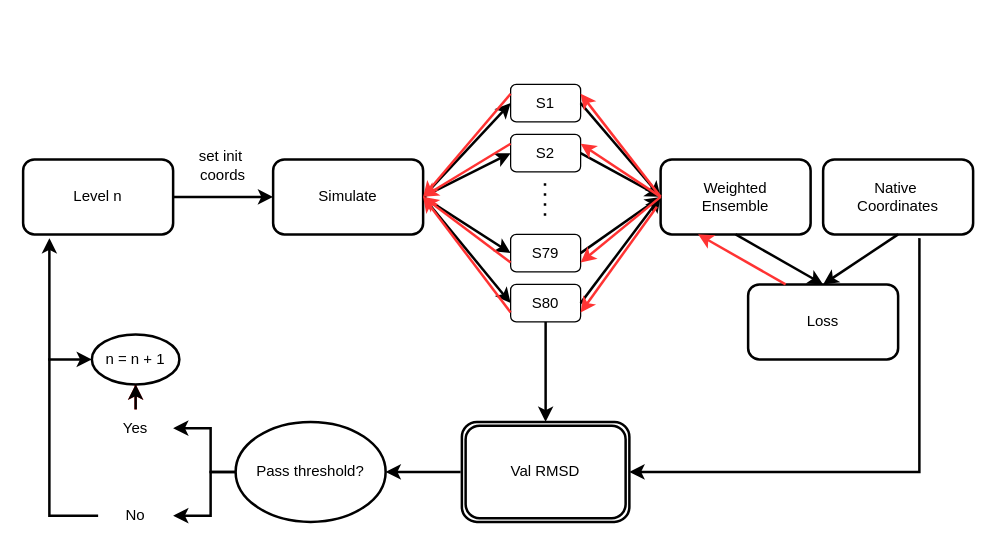
Before: Untitled Diagram.drawio in 11carlesnavarro/HealthTrack, a draw.io diagram. Source tidied: cells renumbered, new cells numbered last; positions are measured from the earlier drawing's top-left corner, leaving out a move shared by most shapes. Both pictures are drawn from the tidied source at 125%, with x=0, y=0 at pixel (22, 84).
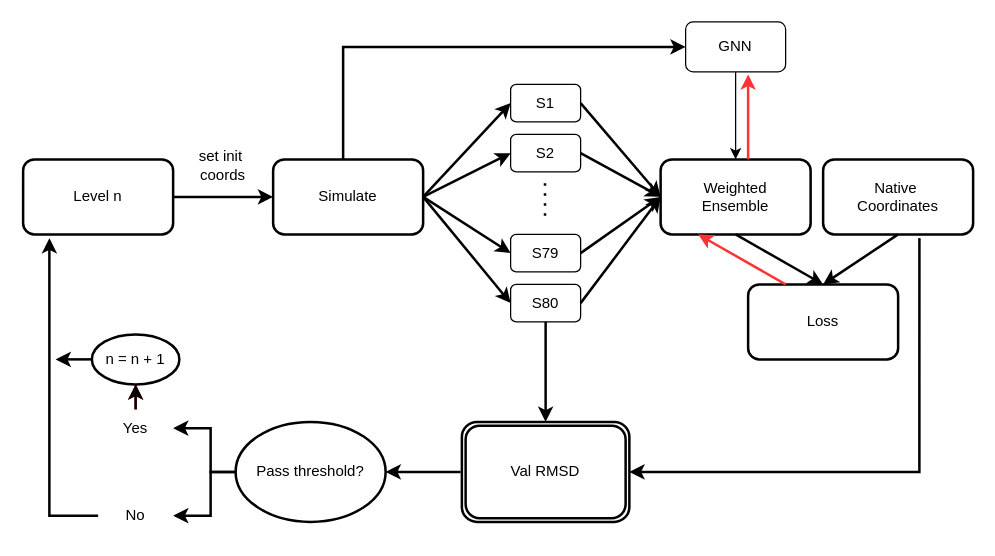
The same diagram, later.

Unchanged cells that the change refers to:
```xml
<mxCell id="4" value="Simulate" style="whiteSpace=wrap;html=1;rounded=1;strokeColor=default;strokeWidth=2;" parent="1" vertex="1">
  <mxGeometry x="200" y="60" width="120" height="60" as="geometry" />
</mxCell>
<mxCell id="6" value="S1" style="rounded=1;whiteSpace=wrap;html=1;" parent="1" vertex="1">
  <mxGeometry x="390" width="56" height="30" as="geometry" />
</mxCell>
<mxCell id="8" value="S2" style="rounded=1;whiteSpace=wrap;html=1;" parent="1" vertex="1">
  <mxGeometry x="390" y="40" width="56" height="30" as="geometry" />
</mxCell>
<mxCell id="10" value="S79" style="rounded=1;whiteSpace=wrap;html=1;" parent="1" vertex="1">
  <mxGeometry x="390" y="120" width="56" height="30" as="geometry" />
</mxCell>
<mxCell id="12" value="S80" style="rounded=1;whiteSpace=wrap;html=1;" parent="1" vertex="1">
  <mxGeometry x="390" y="160" width="56" height="30" as="geometry" />
</mxCell>
<mxCell id="14" value="Weighted&lt;br&gt;Ensemble" style="rounded=1;whiteSpace=wrap;html=1;strokeWidth=2;" parent="1" vertex="1">
  <mxGeometry x="510" y="60" width="120" height="60" as="geometry" />
</mxCell>
<mxCell id="19" value="Native&amp;nbsp;&lt;br&gt;Coordinates" style="rounded=1;whiteSpace=wrap;html=1;strokeWidth=2;" parent="1" vertex="1">
  <mxGeometry x="640" y="60" width="120" height="60" as="geometry" />
</mxCell>
<mxCell id="34" value="Val RMSD" style="shape=ext;double=1;rounded=1;whiteSpace=wrap;html=1;strokeWidth=2;" parent="1" vertex="1">
  <mxGeometry x="351" y="270" width="134" height="80" as="geometry" />
</mxCell>
<mxCell id="42" value="n = n + 1" style="ellipse;whiteSpace=wrap;html=1;rounded=1;strokeWidth=2;" parent="1" vertex="1">
  <mxGeometry x="55" y="200" width="70" height="40" as="geometry" />
</mxCell>
```

The edit, as a diff of the source:
```diff
@@
-    <mxCell id="24" style="endArrow=classic;html=1;exitX=-0.025;exitY=0.633;exitDx=0;exitDy=0;fillColor=#d80073;strokeColor=#FF3333;rounded=0;exitPerimeter=0;entryX=1;entryY=0.75;entryDx=0;entryDy=0;strokeWidth=2;" parent="1" edge="1" source="14" target="12">
-      <mxGeometry relative="1" as="geometry" />
-    </mxCell>
-    <mxCell id="25" style="endArrow=classic;html=1;fillColor=#d80073;strokeColor=#FF3333;rounded=0;entryX=1;entryY=0.75;entryDx=0;entryDy=0;exitX=0;exitY=0.5;exitDx=0;exitDy=0;strokeWidth=2;" parent="1" edge="1" source="14" target="10">
-      <mxGeometry relative="1" as="geometry" />
-    </mxCell>
-    <mxCell id="26" style="endArrow=classic;html=1;fillColor=#d80073;strokeColor=#FF3333;rounded=0;entryX=1;entryY=0.25;entryDx=0;entryDy=0;strokeWidth=2;" parent="1" edge="1" target="8">
-      <mxGeometry relative="1" as="geometry">
-        <mxPoint x="510" y="90" as="sourcePoint" />
-      </mxGeometry>
-    </mxCell>
-    <mxCell id="27" style="endArrow=classic;html=1;fillColor=#d80073;strokeColor=#FF3333;rounded=0;entryX=1;entryY=0.25;entryDx=0;entryDy=0;exitX=0;exitY=0.5;exitDx=0;exitDy=0;strokeWidth=2;" parent="1" edge="1" source="14" target="6">
-      <mxGeometry relative="1" as="geometry" />
-    </mxCell>
-    <mxCell id="28" style="endArrow=classic;html=1;fillColor=#d80073;strokeColor=#FF3333;rounded=0;entryX=1;entryY=0.5;entryDx=0;entryDy=0;exitX=0;exitY=0.25;exitDx=0;exitDy=0;strokeWidth=2;" parent="1" edge="1" source="6" target="4">
-      <mxGeometry relative="1" as="geometry" />
-    </mxCell>
-    <mxCell id="29" style="endArrow=classic;html=1;fillColor=#d80073;strokeColor=#FF3333;rounded=0;entryX=1;entryY=0.5;entryDx=0;entryDy=0;exitX=0;exitY=0.25;exitDx=0;exitDy=0;strokeWidth=2;" parent="1" edge="1" source="8" target="4">
-      <mxGeometry relative="1" as="geometry" />
-    </mxCell>
-    <mxCell id="30" style="endArrow=classic;html=1;fillColor=#d80073;strokeColor=#FF3333;rounded=0;exitX=0;exitY=0.75;exitDx=0;exitDy=0;entryX=1;entryY=0.5;entryDx=0;entryDy=0;strokeWidth=2;" parent="1" edge="1" source="10" target="4">
-      <mxGeometry relative="1" as="geometry" />
-    </mxCell>
-    <mxCell id="31" style="endArrow=classic;html=1;fillColor=#d80073;strokeColor=#FF3333;rounded=0;exitX=0;exitY=0.75;exitDx=0;exitDy=0;entryX=1;entryY=0.5;entryDx=0;entryDy=0;strokeWidth=2;" parent="1" edge="1" source="12" target="4">
-      <mxGeometry relative="1" as="geometry" />
-    </mxCell>
@@
     <mxCell id="33" style="endArrow=classic;html=1;rounded=0;exitX=0.642;exitY=1.05;exitDx=0;exitDy=0;exitPerimeter=0;entryX=1;entryY=0.5;entryDx=0;entryDy=0;strokeWidth=2;" parent="1" edge="1" source="19" target="34">
       <mxGeometry relative="1" as="geometry">
         <Array as="points">
           <mxPoint x="717" y="240" />
           <mxPoint x="717" y="310" />
           <mxPoint x="640" y="310" />
+          <mxPoint x="540" y="310" />
         </Array>
       </mxGeometry>
     </mxCell>
@@
-    <mxCell id="45" style="endArrow=classic;html=1;rounded=0;entryX=0;entryY=0.5;entryDx=0;entryDy=0;strokeWidth=2;" parent="1" edge="1" target="42">
+    <mxCell id="45" style="endArrow=classic;html=1;rounded=0;strokeWidth=2;exitX=0;exitY=0.5;exitDx=0;exitDy=0;" parent="1" edge="1" source="42">
       <mxGeometry relative="1" as="geometry">
-        <mxPoint x="20" y="220" as="sourcePoint" />
+        <mxPoint x="26" y="220" as="targetPoint" />
       </mxGeometry>
     </mxCell>
@@
+    <mxCell id="47" style="endArrow=classic;html=1;rounded=0;entryX=0;entryY=0.5;entryDx=0;entryDy=0;strokeWidth=2;" parent="1" edge="1" target="48">
+      <mxGeometry relative="1" as="geometry">
+        <mxPoint x="256" y="60" as="sourcePoint" />
+        <Array as="points">
+          <mxPoint x="256" y="10" />
+          <mxPoint x="256" y="-30" />
+        </Array>
+      </mxGeometry>
+    </mxCell>
+    <mxCell id="48" value="GNN" style="rounded=1;whiteSpace=wrap;html=1;" parent="1" vertex="1">
+      <mxGeometry x="530" y="-50" width="80" height="40" as="geometry" />
+    </mxCell>
+    <mxCell id="49" style="endArrow=classic;html=1;rounded=0;entryX=0.5;entryY=0;entryDx=0;entryDy=0;exitX=0.5;exitY=1;exitDx=0;exitDy=0;" parent="1" edge="1" source="48" target="14">
+      <mxGeometry relative="1" as="geometry" />
+    </mxCell>
+    <mxCell id="50" style="endArrow=classic;html=1;exitX=0.25;exitY=0;exitDx=0;exitDy=0;fillColor=#d80073;strokeColor=#FF3333;entryX=0.625;entryY=1.05;entryDx=0;entryDy=0;rounded=0;strokeWidth=2;entryPerimeter=0;" parent="1" edge="1" target="48">
+      <mxGeometry relative="1" as="geometry">
+        <mxPoint x="580" y="60" as="sourcePoint" />
+      </mxGeometry>
+    </mxCell>
```
